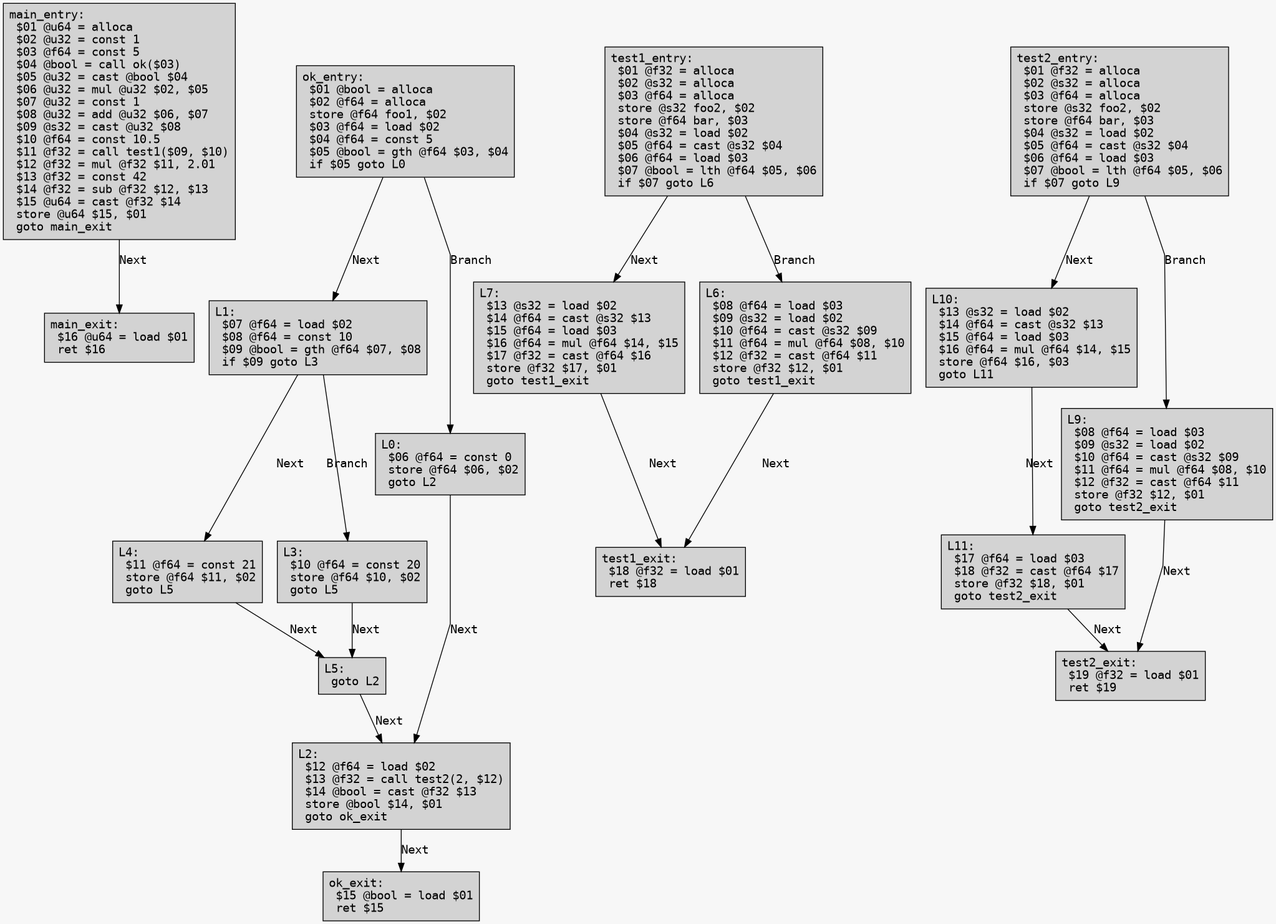
Before: example/test_opt.png, a diagram exported from Graphviz (Excse/arkoi_language). Its source is kept beside it as example/test_opt.dot.
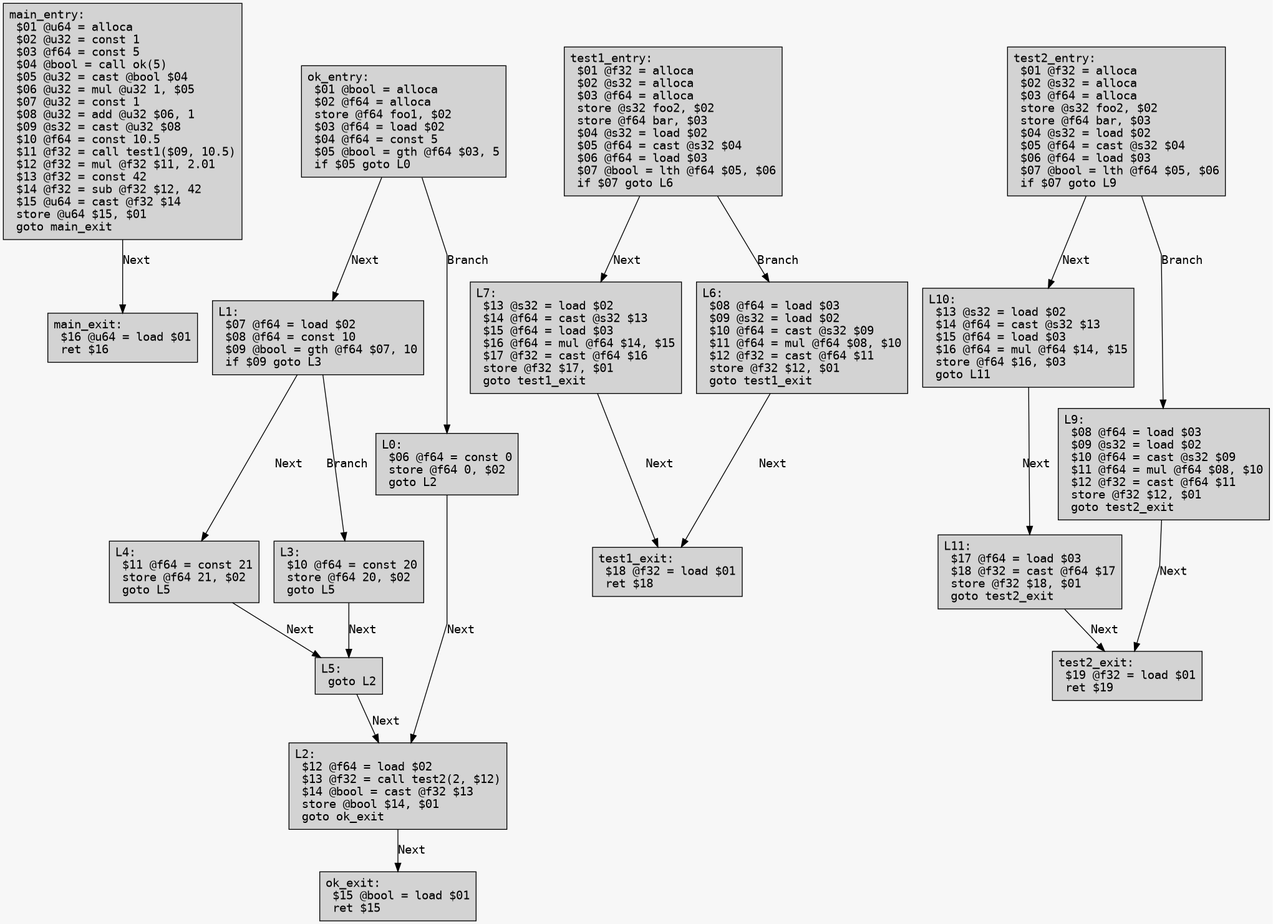
Later version of the same file.

Diff of the diagram source:
```diff
@@ -5,24 +5,24 @@
 	bgcolor = "#f7f7f7";
 	splines = false;
 
-	main_entry [label="main_entry:\l $01 @u64 = alloca\l $02 @u32 = const 1\l $03 @f64 = const 5\l $04 @bool = call ok($03)\l $05 @u32 = cast @bool $04\l $06 @u32 = mul @u32 $02, $05\l $07 @u32 = const 1\l $08 @u32 = add @u32 $06, $07\l $09 @s32 = cast @u32 $08\l $10 @f64 = const 10.5\l $11 @f32 = call test1($09, $10)\l $12 @f32 = mul @f32 $11, 2.01\l $13 @f32 = const 42\l $14 @f32 = sub @f32 $12, $13\l $15 @u64 = cast @f32 $14\l store @u64 $15, $01\l goto main_exit\l"];
+	main_entry [label="main_entry:\l $01 @u64 = alloca\l $02 @u32 = const 1\l $03 @f64 = const 5\l $04 @bool = call ok(5)\l $05 @u32 = cast @bool $04\l $06 @u32 = mul @u32 1, $05\l $07 @u32 = const 1\l $08 @u32 = add @u32 $06, 1\l $09 @s32 = cast @u32 $08\l $10 @f64 = const 10.5\l $11 @f32 = call test1($09, 10.5)\l $12 @f32 = mul @f32 $11, 2.01\l $13 @f32 = const 42\l $14 @f32 = sub @f32 $12, 42\l $15 @u64 = cast @f32 $14\l store @u64 $15, $01\l goto main_exit\l"];
 	main_entry -> main_exit [label="Next"];
 	main_exit [label="main_exit:\l $16 @u64 = load $01\l ret $16\l"];
-	ok_entry [label="ok_entry:\l $01 @bool = alloca\l $02 @f64 = alloca\l store @f64 foo1, $02\l $03 @f64 = load $02\l $04 @f64 = const 5\l $05 @bool = gth @f64 $03, $04\l if $05 goto L0\l"];
+	ok_entry [label="ok_entry:\l $01 @bool = alloca\l $02 @f64 = alloca\l store @f64 foo1, $02\l $03 @f64 = load $02\l $04 @f64 = const 5\l $05 @bool = gth @f64 $03, 5\l if $05 goto L0\l"];
 	ok_entry -> L1 [label="Next"];
 	ok_entry -> L0 [label="Branch"];
-	L1 [label="L1:\l $07 @f64 = load $02\l $08 @f64 = const 10\l $09 @bool = gth @f64 $07, $08\l if $09 goto L3\l"];
+	L1 [label="L1:\l $07 @f64 = load $02\l $08 @f64 = const 10\l $09 @bool = gth @f64 $07, 10\l if $09 goto L3\l"];
 	L1 -> L4 [label="Next"];
 	L1 -> L3 [label="Branch"];
-	L4 [label="L4:\l $11 @f64 = const 21\l store @f64 $11, $02\l goto L5\l"];
+	L4 [label="L4:\l $11 @f64 = const 21\l store @f64 21, $02\l goto L5\l"];
 	L4 -> L5 [label="Next"];
 	L5 [label="L5:\l goto L2\l"];
 	L5 -> L2 [label="Next"];
 	L2 [label="L2:\l $12 @f64 = load $02\l $13 @f32 = call test2(2, $12)\l $14 @bool = cast @f32 $13\l store @bool $14, $01\l goto ok_exit\l"];
 	L2 -> ok_exit [label="Next"];
-	L3 [label="L3:\l $10 @f64 = const 20\l store @f64 $10, $02\l goto L5\l"];
+	L3 [label="L3:\l $10 @f64 = const 20\l store @f64 20, $02\l goto L5\l"];
 	L3 -> L5 [label="Next"];
-	L0 [label="L0:\l $06 @f64 = const 0\l store @f64 $06, $02\l goto L2\l"];
+	L0 [label="L0:\l $06 @f64 = const 0\l store @f64 0, $02\l goto L2\l"];
 	L0 -> L2 [label="Next"];
 	ok_exit [label="ok_exit:\l $15 @bool = load $01\l ret $15\l"];
 	test1_entry [label="test1_entry:\l $01 @f32 = alloca\l $02 @s32 = alloca\l $03 @f64 = alloca\l store @s32 foo2, $02\l store @f64 bar, $03\l $04 @s32 = load $02\l $05 @f64 = cast @s32 $04\l $06 @f64 = load $03\l $07 @bool = lth @f64 $05, $06\l if $07 goto L6\l"];
```
